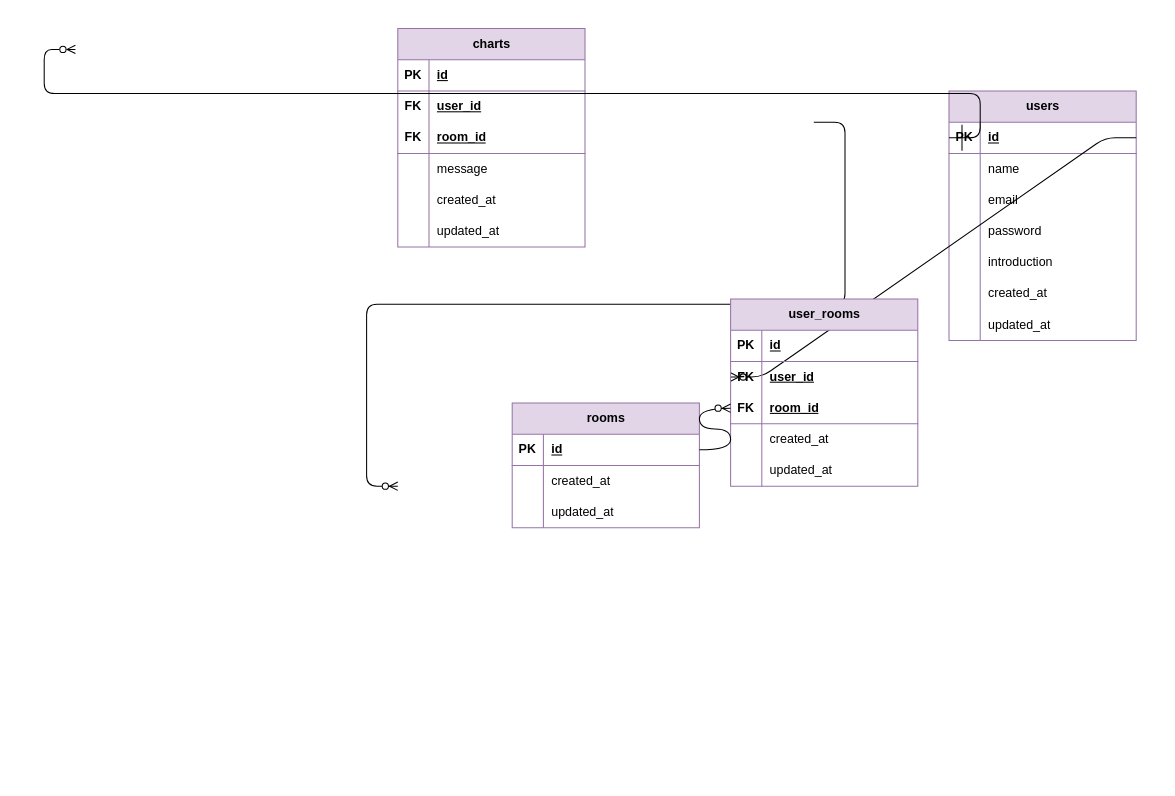
The draw.io diagram DM機能.drawio in Ganmo3/drawio, before the edit. Source tidied: cells renumbered, new cells numbered last; positions are measured from the earlier drawing's top-left corner, leaving out a move shared by most shapes. Both pictures are drawn from the tidied source at 104%, with x=0, y=0 at pixel (75, 28).
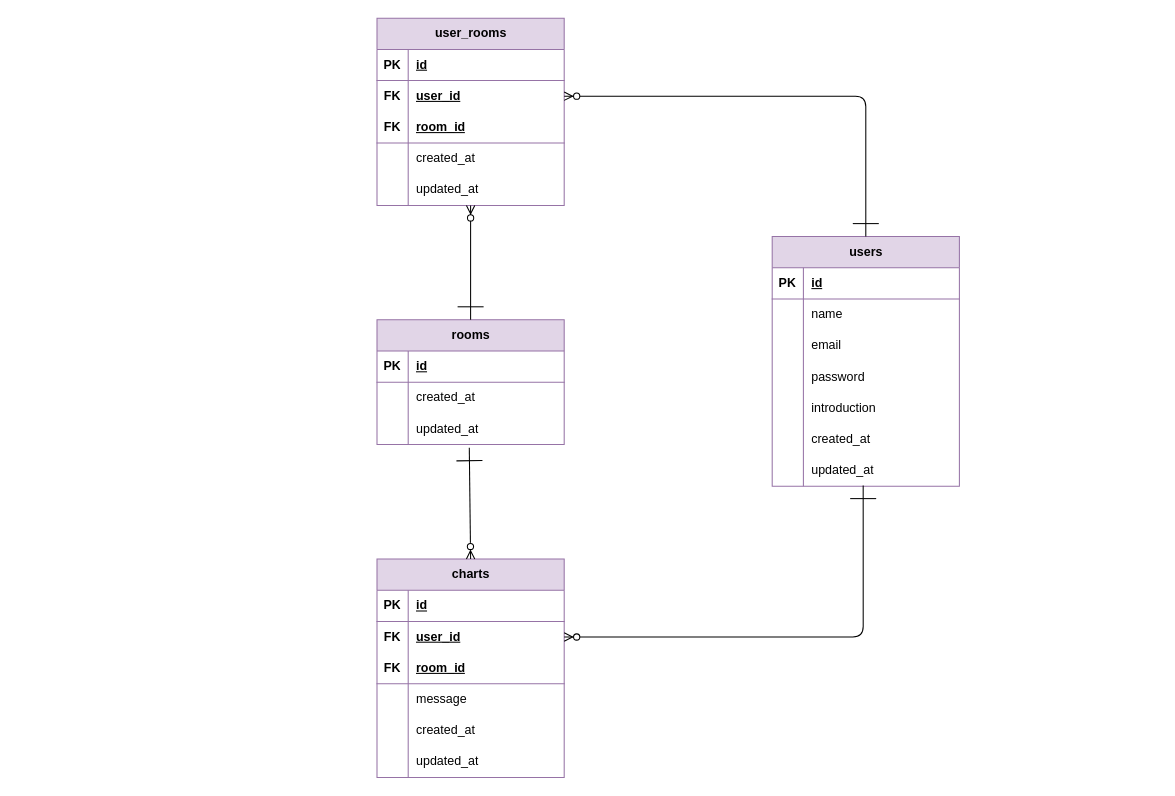
The same page after the edit.

Commit message (it also covers changes not shown here):
DM機能.drawio を更新します

Unchanged cells that the change refers to:
```xml
<mxCell id="3" style="shape=tableRow;horizontal=0;startSize=0;swimlaneHead=0;swimlaneBody=0;fillColor=none;points=[[0,0.5],[1,0.5]];portConstraint=eastwest;top=0;left=0;right=0;bottom=1;strokeColor=#9673a6;fontFamily=Helvetica;fontSize=12;fontColor=default;html=1;" parent="2" vertex="1">
  <mxGeometry y="30" width="180" height="30" as="geometry" />
</mxCell>
<mxCell id="21" style="shape=tableRow;horizontal=0;startSize=0;swimlaneHead=0;swimlaneBody=0;fillColor=none;points=[[0,0.5],[1,0.5]];portConstraint=eastwest;top=0;left=0;right=0;bottom=0;strokeColor=#9673a6;fontFamily=Helvetica;fontSize=12;fontColor=default;html=1;" parent="2" vertex="1">
  <mxGeometry y="210" width="180" height="30" as="geometry" />
</mxCell>
<mxCell id="33" style="shape=tableRow;horizontal=0;startSize=0;swimlaneHead=0;swimlaneBody=0;fillColor=none;points=[[0,0.5],[1,0.5]];portConstraint=eastwest;top=0;left=0;right=0;bottom=0;strokeColor=#9673a6;fontFamily=Helvetica;fontSize=12;fontColor=default;html=1;" parent="29" vertex="1">
  <mxGeometry y="60" width="180" height="30" as="geometry" />
</mxCell>
<mxCell id="50" style="shape=tableRow;horizontal=0;startSize=0;swimlaneHead=0;swimlaneBody=0;fillColor=none;points=[[0,0.5],[1,0.5]];portConstraint=eastwest;top=0;left=0;right=0;bottom=1;strokeColor=#9673a6;fontFamily=Helvetica;fontSize=12;fontColor=default;html=1;" parent="49" vertex="1">
  <mxGeometry y="30" width="180" height="30" as="geometry" />
</mxCell>
<mxCell id="56" style="shape=tableRow;horizontal=0;startSize=0;swimlaneHead=0;swimlaneBody=0;fillColor=none;points=[[0,0.5],[1,0.5]];portConstraint=eastwest;top=0;left=0;right=0;bottom=0;strokeColor=#9673a6;fontFamily=Helvetica;fontSize=12;fontColor=default;html=1;" parent="49" vertex="1">
  <mxGeometry y="90" width="180" height="30" as="geometry" />
</mxCell>
<mxCell id="66" style="shape=tableRow;horizontal=0;startSize=0;swimlaneHead=0;swimlaneBody=0;fillColor=none;points=[[0,0.5],[1,0.5]];portConstraint=eastwest;top=0;left=0;right=0;bottom=0;strokeColor=#9673a6;fontFamily=Helvetica;fontSize=12;fontColor=default;html=1;" parent="62" vertex="1">
  <mxGeometry y="60" width="180" height="30" as="geometry" />
</mxCell>
<mxCell id="69" style="shape=tableRow;horizontal=0;startSize=0;swimlaneHead=0;swimlaneBody=0;fillColor=none;points=[[0,0.5],[1,0.5]];portConstraint=eastwest;top=0;left=0;right=0;bottom=1;strokeColor=#9673a6;fontFamily=Helvetica;fontSize=12;fontColor=default;html=1;" parent="62" vertex="1">
  <mxGeometry y="90" width="180" height="30" as="geometry" />
</mxCell>
<mxCell id="75" style="shape=tableRow;horizontal=0;startSize=0;swimlaneHead=0;swimlaneBody=0;fillColor=none;points=[[0,0.5],[1,0.5]];portConstraint=eastwest;top=0;left=0;right=0;bottom=0;strokeColor=#9673a6;fontFamily=Helvetica;fontSize=12;fontColor=default;html=1;" parent="62" vertex="1">
  <mxGeometry y="150" width="180" height="30" as="geometry" />
</mxCell>
```

The edit, as a diff of the source:
```diff
@@
     <mxCell id="2" value="&lt;font color=&quot;#000000&quot;&gt;users&lt;/font&gt;" style="shape=table;startSize=30;childLayout=tableLayout;rowLines=0;fontStyle=1;align=center;html=1;strokeColor=#9673a6;fontFamily=Helvetica;fontSize=12;fontColor=default;fillColor=#e1d5e7;" parent="1" vertex="1">
-      <mxGeometry x="840" y="60" width="180" height="240" as="geometry" />
+      <mxGeometry x="670" y="200" width="180" height="240" as="geometry" />
     </mxCell>
@@
-    <mxCell id="28" style="edgeStyle=entityRelationEdgeStyle;fontSize=12;html=1;endArrow=ERzeroToMany;endFill=1;fontFamily=Helvetica;fontColor=default;startSize=23;exitX=1;exitY=0.5;exitDx=0;exitDy=0;entryX=0;entryY=0.5;entryDx=0;entryDy=0;rounded=1;" parent="1" edge="1" source="3" target="66">
-      <mxGeometry relative="1" as="geometry" />
-    </mxCell>
     <mxCell id="29" value="&lt;font color=&quot;#000000&quot;&gt;charts&lt;/font&gt;" style="shape=table;startSize=30;childLayout=tableLayout;rowLines=0;fontStyle=1;align=center;html=1;strokeColor=#9673a6;fontFamily=Helvetica;fontSize=12;fontColor=default;fillColor=#e1d5e7;" parent="1" vertex="1">
-      <mxGeometry x="310" width="180" height="210" as="geometry" />
+      <mxGeometry x="290" y="510" width="180" height="210" as="geometry" />
     </mxCell>
@@
-    <mxCell id="48" style="edgeStyle=entityRelationEdgeStyle;fontSize=12;html=1;endArrow=ERzeroToMany;endFill=0;fontFamily=Helvetica;fontColor=default;startSize=23;exitX=0;exitY=0.5;exitDx=0;exitDy=0;entryX=0;entryY=0.5;entryDx=0;entryDy=0;rounded=1;startArrow=ERone;startFill=0;" parent="1" edge="1" source="3">
-      <mxGeometry relative="1" as="geometry">
-        <mxPoint y="20" as="targetPoint" />
-        <Array as="points">
-          <mxPoint x="610" y="105" />
-        </Array>
-      </mxGeometry>
-    </mxCell>
     <mxCell id="49" value="&lt;font color=&quot;#000000&quot;&gt;rooms&lt;/font&gt;" style="shape=table;startSize=30;childLayout=tableLayout;rowLines=0;fontStyle=1;align=center;html=1;strokeColor=#9673a6;fontFamily=Helvetica;fontSize=12;fontColor=default;fillColor=#e1d5e7;" parent="1" vertex="1">
-      <mxGeometry x="420" y="360" width="180" height="120" as="geometry" />
+      <mxGeometry x="290" y="280" width="180" height="120" as="geometry" />
     </mxCell>
@@
-    <mxCell id="59" style="edgeStyle=entityRelationEdgeStyle;fontSize=12;html=1;endArrow=ERzeroToMany;endFill=1;fontFamily=Helvetica;fontColor=default;startSize=23;exitX=1;exitY=0.5;exitDx=0;exitDy=0;entryX=0;entryY=0.5;entryDx=0;entryDy=0;rounded=1;" parent="1" edge="1">
-      <mxGeometry relative="1" as="geometry">
-        <mxPoint x="710" y="90" as="sourcePoint" />
-        <mxPoint x="310" y="440" as="targetPoint" />
-      </mxGeometry>
-    </mxCell>
@@
     <mxCell id="62" value="&lt;font color=&quot;#000000&quot;&gt;user_rooms&lt;/font&gt;" style="shape=table;startSize=30;childLayout=tableLayout;rowLines=0;fontStyle=1;align=center;html=1;strokeColor=#9673a6;fontFamily=Helvetica;fontSize=12;fontColor=default;fillColor=#e1d5e7;" parent="1" vertex="1">
-      <mxGeometry x="630" y="260" width="180" height="180" as="geometry" />
+      <mxGeometry x="290" y="-10" width="180" height="180" as="geometry" />
     </mxCell>
@@
-    <mxCell id="78" style="edgeStyle=entityRelationEdgeStyle;fontSize=12;html=1;endArrow=ERzeroToMany;endFill=1;fontFamily=Helvetica;fontColor=default;startSize=23;exitX=1;exitY=0.5;exitDx=0;exitDy=0;curved=1;" parent="1" edge="1" source="50" target="69">
+    <mxCell id="78" style="edgeStyle=orthogonalEdgeStyle;fontSize=12;html=1;endArrow=ERzeroToMany;endFill=1;fontFamily=Helvetica;fontColor=default;startSize=23;rounded=1;startArrow=ERone;startFill=0;exitX=0.5;exitY=0;exitDx=0;exitDy=0;entryX=1;entryY=0.5;entryDx=0;entryDy=0;" parent="1" edge="1" source="2" target="66">
       <mxGeometry relative="1" as="geometry" />
     </mxCell>
+    <mxCell id="79" style="fontSize=12;html=1;endArrow=ERzeroToMany;endFill=1;fontFamily=Helvetica;fontColor=default;startSize=23;rounded=1;startArrow=ERone;startFill=0;exitX=0.5;exitY=0;exitDx=0;exitDy=0;" parent="1" edge="1" source="49" target="75">
+      <mxGeometry relative="1" as="geometry" />
+    </mxCell>
+    <mxCell id="80" style="edgeStyle=orthogonalEdgeStyle;fontSize=12;html=1;endArrow=ERzeroToMany;endFill=1;fontFamily=Helvetica;fontColor=default;startSize=23;rounded=1;startArrow=ERone;startFill=0;entryX=1;entryY=0.5;entryDx=0;entryDy=0;exitX=0.486;exitY=0.981;exitDx=0;exitDy=0;exitPerimeter=0;" parent="1" edge="1" source="21" target="33">
+      <mxGeometry relative="1" as="geometry" />
+    </mxCell>
+    <mxCell id="81" style="fontSize=12;html=1;endArrow=ERzeroToMany;endFill=0;fontFamily=Helvetica;fontColor=default;startSize=23;rounded=1;startArrow=ERone;startFill=0;exitX=0.493;exitY=1.1;exitDx=0;exitDy=0;exitPerimeter=0;entryX=0.5;entryY=0;entryDx=0;entryDy=0;" parent="1" edge="1" source="56" target="29">
+      <mxGeometry relative="1" as="geometry" />
+    </mxCell>
```
